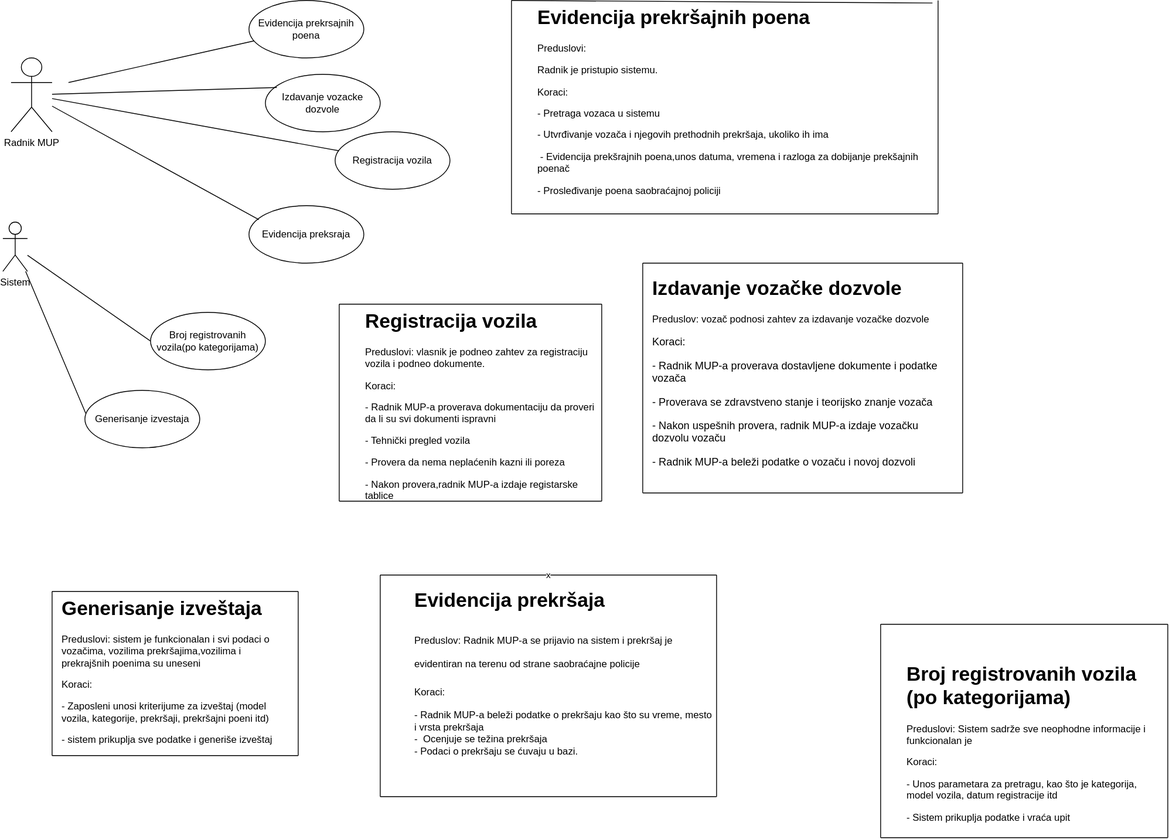
Above: Diagrams/MupVozila_UseCaseDiagram.svg in anna02272/EGovernment (draw.io), before the change. Source tidied: cells renumbered, new cells last; positions are measured from the earlier drawing's top-left corner, leaving out a move shared by most shapes.
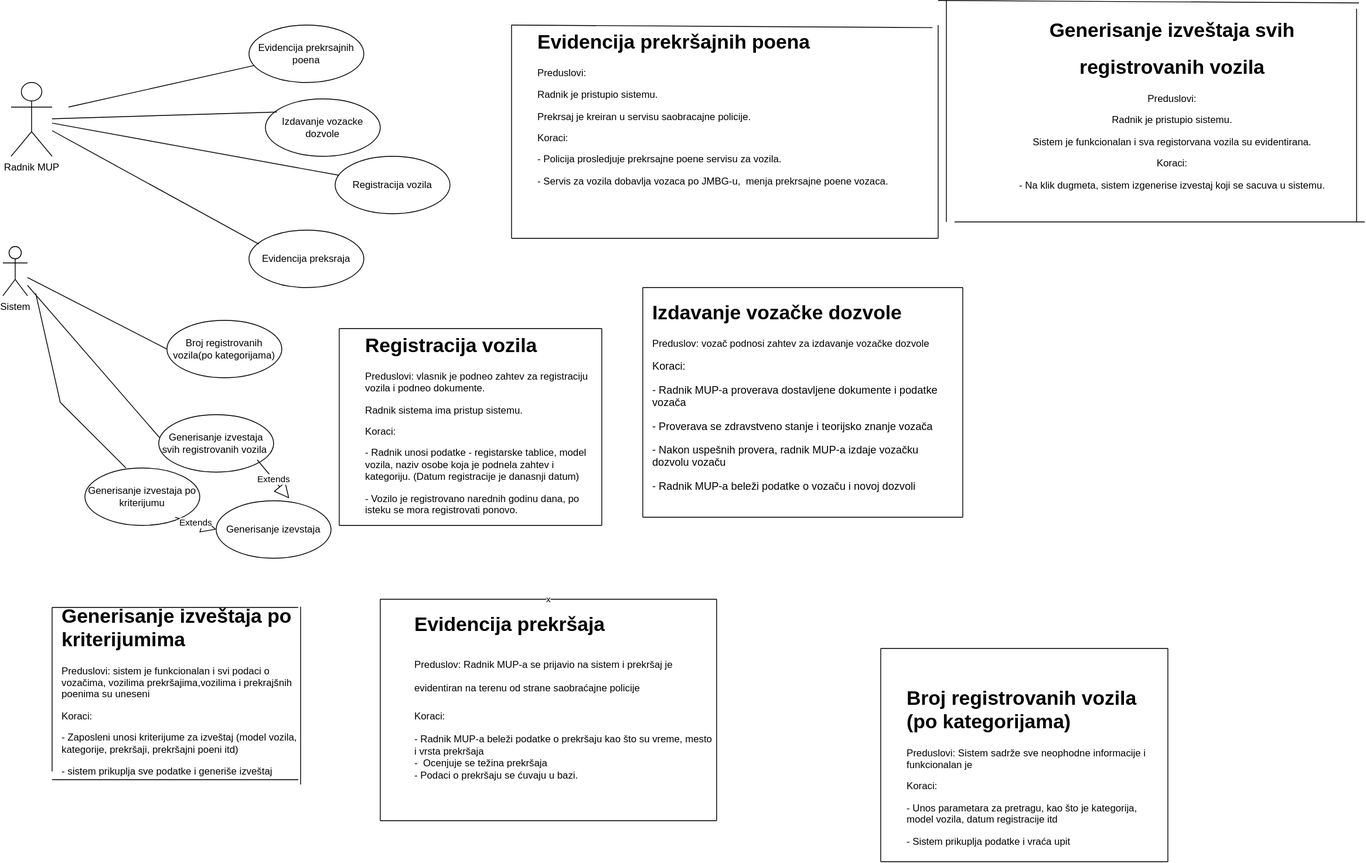
After the commit.

Change to the diagram source:
```diff
@@ -35,10 +35,10 @@
       <mxGeometry y="270" width="30" height="60" as="geometry" />
     </mxCell>
     <mxCell id="12" value="Broj registrovanih vozila(po kategorijama)" style="ellipse;whiteSpace=wrap;html=1;" parent="1" vertex="1">
-      <mxGeometry x="180" y="380" width="140" height="70" as="geometry" />
+      <mxGeometry x="200" y="360" width="140" height="70" as="geometry" />
     </mxCell>
-    <mxCell id="13" value="Generisanje izvestaja" style="ellipse;whiteSpace=wrap;html=1;" parent="1" vertex="1">
-      <mxGeometry x="100" y="475" width="140" height="70" as="geometry" />
+    <mxCell id="13" value="Generisanje izvestaja svih registrovanih vozila&amp;nbsp;" style="ellipse;whiteSpace=wrap;html=1;" parent="1" vertex="1">
+      <mxGeometry x="190" y="475" width="140" height="70" as="geometry" />
     </mxCell>
     <mxCell id="14" style="endArrow=none;html=1;rounded=0;entryX=0.007;entryY=0.4;entryDx=0;entryDy=0;entryPerimeter=0;" parent="1" edge="1" source="11" target="13">
       <mxGeometry relative="1" as="geometry" />
@@ -46,7 +46,7 @@
     <mxCell id="15" style="endArrow=none;html=1;rounded=0;entryX=0;entryY=0.5;entryDx=0;entryDy=0;" parent="1" edge="1" source="11" target="12">
       <mxGeometry relative="1" as="geometry" />
     </mxCell>
-    <mxCell id="16" value="&lt;h1 style=&quot;margin-top: 0px;&quot;&gt;Evidencija prekršajnih poena&amp;nbsp;&lt;/h1&gt;&lt;p&gt;Preduslovi:&lt;/p&gt;&lt;p&gt;Radnik je pristupio sistemu.&lt;/p&gt;&lt;p&gt;Koraci:&lt;/p&gt;&lt;p&gt;- Pretraga vozaca u sistemu&lt;/p&gt;&lt;p&gt;- Utvrđivanje vozača i njegovih prethodnih prekršaja, ukoliko ih ima&lt;/p&gt;&lt;p&gt;&amp;nbsp;- Evidencija prekšrajnih poena,unos datuma, vremena i razloga za dobijanje prekšajnih poenač&lt;/p&gt;&lt;p&gt;- Prosleđivanje poena saobraćajnoj policiji&amp;nbsp;&lt;/p&gt;&lt;p&gt;&lt;br&gt;&lt;/p&gt;" style="text;html=1;whiteSpace=wrap;overflow=hidden;rounded=0;" parent="1" vertex="1">
+    <mxCell id="16" value="&lt;h1 style=&quot;margin-top: 0px;&quot;&gt;Evidencija prekršajnih poena&amp;nbsp;&lt;/h1&gt;&lt;p&gt;Preduslovi:&lt;/p&gt;&lt;p&gt;Radnik je pristupio sistemu.&lt;/p&gt;&lt;p&gt;Prekrsaj je kreiran u servisu saobracajne policije.&lt;/p&gt;&lt;p&gt;Koraci:&lt;/p&gt;&lt;p&gt;- Policija prosledjuje prekrsajne poene servisu za vozila.&lt;/p&gt;&lt;p&gt;- Servis za vozila dobavlja vozaca po JMBG-u,&amp;nbsp; menja prekrsajne poene vozaca.&lt;/p&gt;&lt;p&gt;&lt;br&gt;&lt;/p&gt;" style="text;html=1;whiteSpace=wrap;overflow=hidden;rounded=0;" parent="1" vertex="1">
       <mxGeometry x="650" width="490" height="260" as="geometry" />
     </mxCell>
     <mxCell id="17" style="endArrow=none;html=1;rounded=0;exitX=1;exitY=0;exitDx=0;exitDy=0;entryX=1;entryY=1;entryDx=0;entryDy=0;" parent="1" edge="1" source="16" target="16">
@@ -95,7 +95,7 @@
         <mxPoint x="1170" y="320" as="targetPoint" />
       </mxGeometry>
     </mxCell>
-    <mxCell id="26" value="&lt;h1 style=&quot;margin-top: 0px;&quot;&gt;Registracija vozila&lt;/h1&gt;&lt;p&gt;Preduslovi: vlasnik je podneo zahtev za registraciju vozila i podneo dokumente.&lt;/p&gt;&lt;p&gt;Koraci:&lt;/p&gt;&lt;p&gt;- Radnik MUP-a proverava dokumentaciju da proveri da li su svi dokumenti ispravni&lt;/p&gt;&lt;p&gt;- Tehnički pregled vozila&lt;/p&gt;&lt;p&gt;- Provera da nema neplaćenih kazni ili poreza&lt;/p&gt;&lt;p&gt;- Nakon provera,radnik MUP-a izdaje registarske tablice&lt;/p&gt;" style="text;html=1;whiteSpace=wrap;overflow=hidden;rounded=0;" parent="1" vertex="1">
+    <mxCell id="26" value="&lt;h1 style=&quot;margin-top: 0px;&quot;&gt;Registracija vozila&lt;/h1&gt;&lt;p&gt;Preduslovi: vlasnik je podneo zahtev za registraciju vozila i podneo dokumente.&lt;/p&gt;&lt;p&gt;Radnik sistema ima pristup sistemu.&lt;/p&gt;&lt;p&gt;Koraci:&lt;/p&gt;&lt;p&gt;- Radnik unosi podatke - registarske tablice, model vozila, naziv osobe koja je podnela zahtev i kategoriju. (Datum registracije je danasnji datum)&lt;/p&gt;&lt;p&gt;- Vozilo je registrovano narednih godinu dana, po isteku se mora registrovati ponovo.&lt;/p&gt;" style="text;html=1;whiteSpace=wrap;overflow=hidden;rounded=0;" parent="1" vertex="1">
       <mxGeometry x="440" y="370" width="290" height="240" as="geometry" />
     </mxCell>
     <mxCell id="27" style="endArrow=none;html=1;rounded=0;entryX=1;entryY=0;entryDx=0;entryDy=0;" parent="1" edge="1" target="26">
@@ -146,31 +146,19 @@
         <mxPoint x="870" y="700" as="targetPoint" />
       </mxGeometry>
     </mxCell>
-    <mxCell id="36" value="&lt;h1 style=&quot;margin-top: 0px;&quot;&gt;Generisanje izveštaja&lt;/h1&gt;&lt;p&gt;Preduslovi: sistem je funkcionalan i svi podaci o vozačima, vozilima prekršajima,vozilima i prekrajšnih poenima su uneseni&lt;/p&gt;&lt;p&gt;Koraci:&lt;/p&gt;&lt;p&gt;- Zaposleni unosi kriterijume za izveštaj (model vozila, kategorije, prekršaji, prekršajni poeni itd)&lt;/p&gt;&lt;p&gt;- sistem prikuplja sve podatke i generiše izveštaj&lt;/p&gt;" style="text;html=1;whiteSpace=wrap;overflow=hidden;rounded=0;" parent="1" vertex="1">
-      <mxGeometry x="70" y="720" width="280" height="210" as="geometry" />
+    <mxCell id="36" value="&lt;h1 style=&quot;margin-top: 0px;&quot;&gt;Generisanje izveštaja po kriterijumima&amp;nbsp;&lt;/h1&gt;&lt;p&gt;Preduslovi: sistem je funkcionalan i svi podaci o vozačima, vozilima prekršajima,vozilima i prekrajšnih poenima su uneseni&lt;/p&gt;&lt;p&gt;Koraci:&lt;/p&gt;&lt;p&gt;- Zaposleni unosi kriterijume za izveštaj (model vozila, kategorije, prekršaji, prekršajni poeni itd)&lt;/p&gt;&lt;p&gt;- sistem prikuplja sve podatke i generiše izveštaj&lt;/p&gt;" style="text;html=1;whiteSpace=wrap;overflow=hidden;rounded=0;" parent="1" vertex="1">
+      <mxGeometry x="70" y="700" width="290" height="260" as="geometry" />
     </mxCell>
     <mxCell id="37" style="endArrow=none;html=1;rounded=0;" parent="1" edge="1">
       <mxGeometry relative="1" as="geometry">
-        <mxPoint x="60" y="920" as="sourcePoint" />
-        <mxPoint x="60" y="720" as="targetPoint" />
+        <mxPoint x="60" y="910" as="sourcePoint" />
+        <mxPoint x="60" y="710" as="targetPoint" />
       </mxGeometry>
     </mxCell>
-    <mxCell id="38" style="endArrow=none;html=1;rounded=0;" parent="1" edge="1">
-      <mxGeometry relative="1" as="geometry">
-        <mxPoint x="60" y="920" as="sourcePoint" />
-        <mxPoint x="360" y="920" as="targetPoint" />
-      </mxGeometry>
-    </mxCell>
-    <mxCell id="39" style="endArrow=none;html=1;rounded=0;" parent="1" edge="1">
-      <mxGeometry relative="1" as="geometry">
-        <mxPoint x="360" y="920" as="sourcePoint" />
-        <mxPoint x="360" y="720" as="targetPoint" />
-      </mxGeometry>
-    </mxCell>
     <mxCell id="40" style="endArrow=none;html=1;rounded=0;" parent="1" edge="1">
       <mxGeometry relative="1" as="geometry">
-        <mxPoint x="60" y="720" as="sourcePoint" />
-        <mxPoint x="360" y="720" as="targetPoint" />
+        <mxPoint x="60" y="710" as="sourcePoint" />
+        <mxPoint x="360" y="710" as="targetPoint" />
       </mxGeometry>
     </mxCell>
     <mxCell id="41" value="&lt;h1 style=&quot;margin-top: 0px;&quot;&gt;Broj registrovanih vozila (po kategorijama)&lt;/h1&gt;&lt;p&gt;Preduslovi: Sistem sadrže sve neophodne informacije i funkcionalan je&lt;/p&gt;&lt;p&gt;Koraci:&lt;/p&gt;&lt;p&gt;- Unos parametara za pretragu, kao što je kategorija, model vozila, datum registracije itd&lt;/p&gt;&lt;p&gt;- Sistem prikuplja podatke i vraća upit&lt;/p&gt;" style="text;html=1;whiteSpace=wrap;overflow=hidden;rounded=0;" parent="1" vertex="1">
@@ -200,5 +188,69 @@
         <mxPoint x="1420" y="1020" as="targetPoint" />
       </mxGeometry>
     </mxCell>
+    <mxCell id="46" style="endArrow=none;html=1;rounded=0;entryX=1.01;entryY=0.035;entryDx=0;entryDy=0;entryPerimeter=0;exitX=1.01;exitY=0.869;exitDx=0;exitDy=0;exitPerimeter=0;" parent="1" edge="1" source="36" target="36">
+      <mxGeometry relative="1" as="geometry" />
+    </mxCell>
+    <mxCell id="47" style="endArrow=none;html=1;rounded=0;" parent="1" edge="1">
+      <mxGeometry relative="1" as="geometry">
+        <mxPoint x="60" y="920" as="sourcePoint" />
+        <mxPoint x="360" y="920" as="targetPoint" />
+      </mxGeometry>
+    </mxCell>
+    <mxCell id="48" style="endArrow=none;html=1;rounded=0;" parent="1" edge="1">
+      <mxGeometry relative="1" as="geometry">
+        <mxPoint x="40" y="327" as="sourcePoint" />
+        <mxPoint x="150" y="540" as="targetPoint" />
+        <Array as="points">
+          <mxPoint x="70" y="460" />
+        </Array>
+      </mxGeometry>
+    </mxCell>
+    <mxCell id="49" value="Generisanje izvestaja po kriterijumu" style="ellipse;whiteSpace=wrap;html=1;" parent="1" vertex="1">
+      <mxGeometry x="100" y="540" width="140" height="70" as="geometry" />
+    </mxCell>
+    <mxCell id="50" value="Generisanje izevstaja" style="ellipse;whiteSpace=wrap;html=1;" parent="1" vertex="1">
+      <mxGeometry x="260" y="580" width="140" height="70" as="geometry" />
+    </mxCell>
+    <mxCell id="51" value="Extends" style="endArrow=block;endSize=16;endFill=0;html=1;rounded=0;entryX=0;entryY=0.5;entryDx=0;entryDy=0;" parent="1" edge="1" target="50">
+      <mxGeometry relative="1" as="geometry">
+        <mxPoint x="210" y="600" as="sourcePoint" />
+      </mxGeometry>
+    </mxCell>
+    <mxCell id="52" value="Extends" style="endArrow=block;endSize=16;endFill=0;html=1;rounded=0;entryX=0.636;entryY=-0.043;entryDx=0;entryDy=0;entryPerimeter=0;" parent="1" edge="1" target="50">
+      <mxGeometry relative="1" as="geometry">
+        <mxPoint x="310" y="530" as="sourcePoint" />
+      </mxGeometry>
+    </mxCell>
+    <mxCell id="53" value="&lt;h1 style=&quot;margin-top: 0px;&quot;&gt;Generisanje izveštaja svih&lt;/h1&gt;&lt;h1 style=&quot;margin-top: 0px;&quot;&gt;&amp;nbsp;registrovanih vozila&amp;nbsp;&lt;/h1&gt;&lt;p&gt;Preduslovi:&lt;/p&gt;&lt;p&gt;Radnik je pristupio sistemu.&lt;/p&gt;&lt;p&gt;&lt;span style=&quot;background-color: initial;&quot;&gt;Sistem je funkcionalan i sva registorvana vozila su evidentirana.&lt;/span&gt;&lt;/p&gt;&lt;p&gt;&lt;span style=&quot;background-color: initial;&quot;&gt;Koraci:&lt;/span&gt;&lt;br&gt;&lt;/p&gt;&lt;p&gt;- Na klik dugmeta, sistem izgenerise izvestaj koji se sacuva u sistemu.&lt;/p&gt;&lt;p&gt;&lt;br&gt;&lt;/p&gt;&lt;p&gt;&lt;br style=&quot;text-align: left; text-wrap: wrap;&quot;&gt;&lt;/p&gt;" style="text;html=1;align=center;verticalAlign=middle;strokeColor=none;fillColor=none;" parent="1" vertex="1">
+      <mxGeometry x="1225" y="-15" width="400" height="290" as="geometry" />
+    </mxCell>
+    <mxCell id="54" style="endArrow=none;html=1;rounded=0;exitX=1;exitY=0;exitDx=0;exitDy=0;entryX=1;entryY=1;entryDx=0;entryDy=0;" parent="1" edge="1">
+      <mxGeometry relative="1" as="geometry">
+        <mxPoint x="1650" y="-20" as="sourcePoint" />
+        <mxPoint x="1650" y="240" as="targetPoint" />
+        <Array as="points">
+          <mxPoint x="1650" y="110" />
+        </Array>
+      </mxGeometry>
+    </mxCell>
+    <mxCell id="55" style="endArrow=none;html=1;rounded=0;exitX=0.986;exitY=0.012;exitDx=0;exitDy=0;exitPerimeter=0;" parent="1" edge="1">
+      <mxGeometry relative="1" as="geometry">
+        <mxPoint x="1653" y="-27" as="sourcePoint" />
+        <mxPoint x="1140" y="-30" as="targetPoint" />
+      </mxGeometry>
+    </mxCell>
+    <mxCell id="56" style="endArrow=none;html=1;rounded=0;" parent="1" edge="1">
+      <mxGeometry relative="1" as="geometry">
+        <mxPoint x="1150" y="-30" as="sourcePoint" />
+        <mxPoint x="1150" y="240" as="targetPoint" />
+      </mxGeometry>
+    </mxCell>
+    <mxCell id="57" style="endArrow=none;html=1;rounded=0;entryX=1;entryY=1;entryDx=0;entryDy=0;" parent="1" edge="1">
+      <mxGeometry relative="1" as="geometry">
+        <mxPoint x="1160" y="240" as="sourcePoint" />
+        <mxPoint x="1660" y="240" as="targetPoint" />
+      </mxGeometry>
+    </mxCell>
   </root>
 </mxGraphModel>
```
